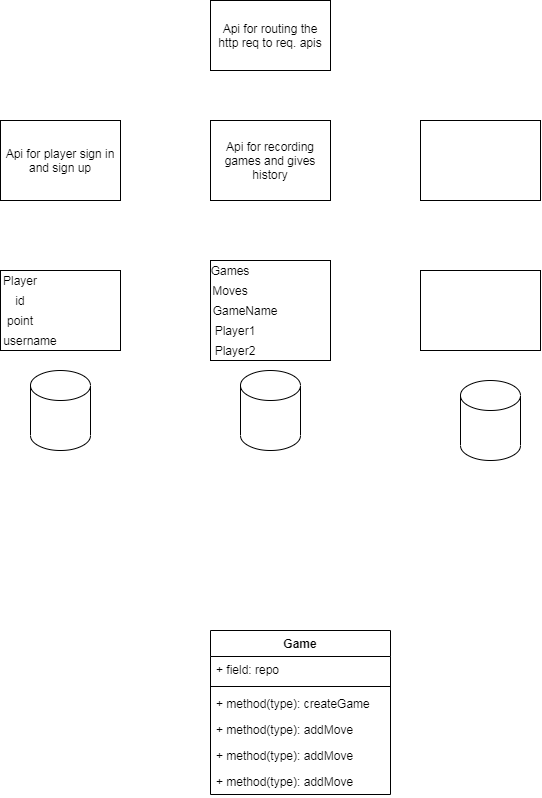
The draw.io diagram Service.png in emreisler/2DAndroidGame, before a commit. Source tidied: cells renumbered, new cells last; positions are measured from the earlier drawing's top-left corner, leaving out a move shared by most shapes.
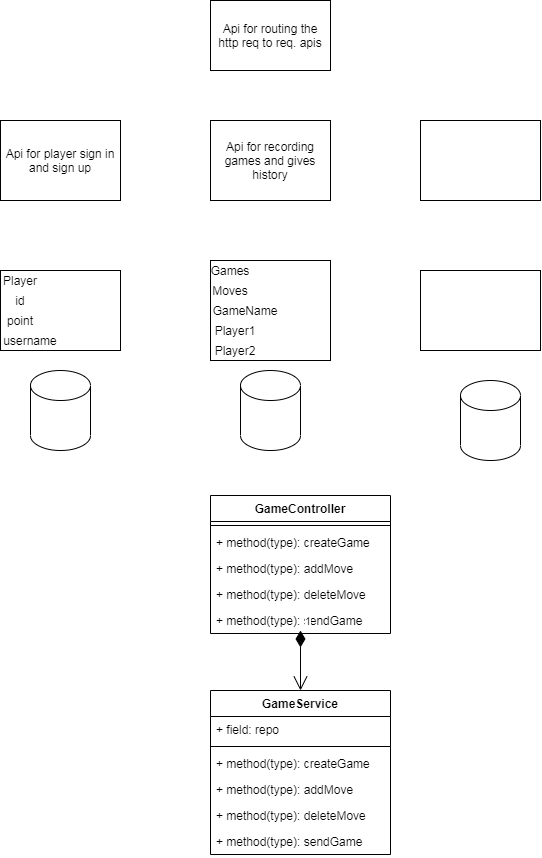
Later version of the same file.

What changed in the source:
```diff
@@ -62,8 +62,8 @@
     <mxCell id="21" value="Api for recording games and gives history" style="rounded=0;whiteSpace=wrap;html=1;" parent="1" vertex="1">
       <mxGeometry x="210" y="120" width="120" height="80" as="geometry" />
     </mxCell>
-    <mxCell id="22" value="Game" style="swimlane;fontStyle=1;align=center;verticalAlign=top;horizontal=1;startSize=26;" parent="1" vertex="1">
-      <mxGeometry x="210" y="630" width="180" height="164" as="geometry" />
+    <mxCell id="22" value="GameService&#10;" style="swimlane;fontStyle=1;align=center;verticalAlign=top;horizontal=1;startSize=26;" parent="1" vertex="1">
+      <mxGeometry x="210" y="690" width="180" height="164" as="geometry" />
     </mxCell>
     <mxCell id="23" value="+ field: repo" style="text;strokeColor=none;fillColor=none;align=left;verticalAlign=top;spacingLeft=4;spacingRight=4;overflow=hidden;" parent="22" vertex="1">
       <mxGeometry y="26" width="180" height="26" as="geometry" />
@@ -77,11 +77,34 @@
     <mxCell id="26" value="+ method(type): addMove" style="text;strokeColor=none;fillColor=none;align=left;verticalAlign=top;spacingLeft=4;spacingRight=4;overflow=hidden;" parent="22" vertex="1">
       <mxGeometry y="86" width="180" height="26" as="geometry" />
     </mxCell>
-    <mxCell id="27" value="+ method(type): addMove" style="text;strokeColor=none;fillColor=none;align=left;verticalAlign=top;spacingLeft=4;spacingRight=4;overflow=hidden;" parent="22" vertex="1">
+    <mxCell id="27" value="+ method(type): deleteMove" style="text;strokeColor=none;fillColor=none;align=left;verticalAlign=top;spacingLeft=4;spacingRight=4;overflow=hidden;" parent="22" vertex="1">
       <mxGeometry y="112" width="180" height="26" as="geometry" />
     </mxCell>
-    <mxCell id="28" value="+ method(type): addMove" style="text;strokeColor=none;fillColor=none;align=left;verticalAlign=top;spacingLeft=4;spacingRight=4;overflow=hidden;" parent="22" vertex="1">
+    <mxCell id="28" value="+ method(type): sendGame" style="text;strokeColor=none;fillColor=none;align=left;verticalAlign=top;spacingLeft=4;spacingRight=4;overflow=hidden;" parent="22" vertex="1">
       <mxGeometry y="138" width="180" height="26" as="geometry" />
     </mxCell>
+    <mxCell id="29" value="GameController" style="swimlane;fontStyle=1;align=center;verticalAlign=top;horizontal=1;startSize=26;" parent="1" vertex="1">
+      <mxGeometry x="210" y="495" width="180" height="138" as="geometry" />
+    </mxCell>
+    <mxCell id="30" style="line;strokeWidth=1;fillColor=none;align=left;verticalAlign=middle;spacingTop=-1;spacingLeft=3;spacingRight=3;labelPosition=right;" parent="29" vertex="1">
+      <mxGeometry y="26" width="180" height="8" as="geometry" />
+    </mxCell>
+    <mxCell id="31" value="+ method(type): createGame" style="text;strokeColor=none;fillColor=none;align=left;verticalAlign=top;spacingLeft=4;spacingRight=4;overflow=hidden;" parent="29" vertex="1">
+      <mxGeometry y="34" width="180" height="26" as="geometry" />
+    </mxCell>
+    <mxCell id="32" value="+ method(type): addMove" style="text;strokeColor=none;fillColor=none;align=left;verticalAlign=top;spacingLeft=4;spacingRight=4;overflow=hidden;" parent="29" vertex="1">
+      <mxGeometry y="60" width="180" height="26" as="geometry" />
+    </mxCell>
+    <mxCell id="33" value="+ method(type): deleteMove" style="text;strokeColor=none;fillColor=none;align=left;verticalAlign=top;spacingLeft=4;spacingRight=4;overflow=hidden;" parent="29" vertex="1">
+      <mxGeometry y="86" width="180" height="26" as="geometry" />
+    </mxCell>
+    <mxCell id="34" value="+ method(type): sendGame" style="text;strokeColor=none;fillColor=none;align=left;verticalAlign=top;spacingLeft=4;spacingRight=4;overflow=hidden;" parent="29" vertex="1">
+      <mxGeometry y="112" width="180" height="26" as="geometry" />
+    </mxCell>
+    <mxCell id="35" value="1" style="endArrow=open;html=1;endSize=12;startArrow=diamondThin;startSize=14;startFill=1;edgeStyle=orthogonalEdgeStyle;align=left;verticalAlign=bottom;entryX=0.5;entryY=0;entryDx=0;entryDy=0;" parent="1" edge="1" target="22">
+      <mxGeometry x="-1" y="3" relative="1" as="geometry">
+        <mxPoint x="300" y="630" as="sourcePoint" />
+      </mxGeometry>
+    </mxCell>
   </root>
 </mxGraphModel>
```
